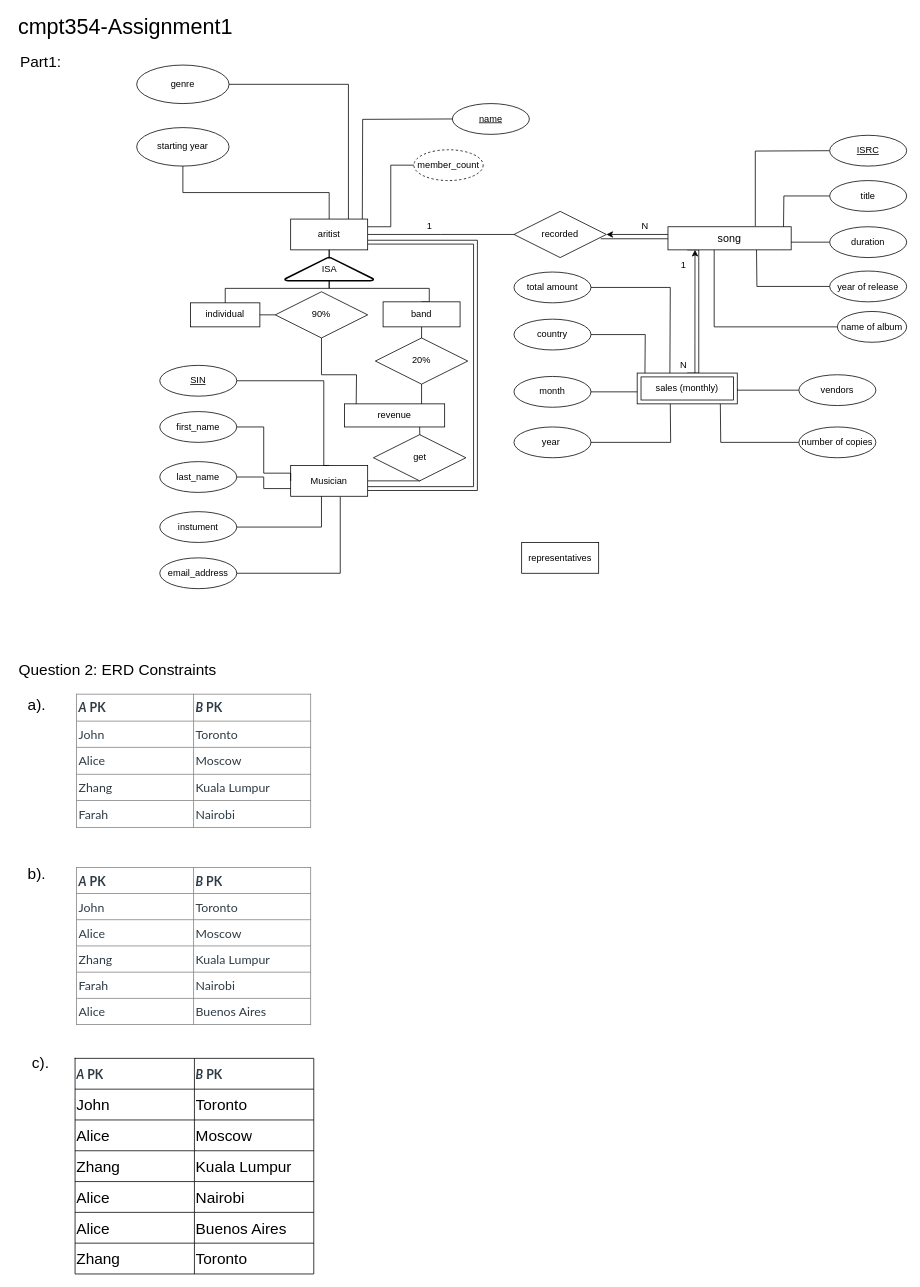
Before: cmpt354-A1.drawio in zzzyz7/drawio-storage, a draw.io diagram. Source tidied: cells renumbered, new cells numbered last; positions are measured from the earlier drawing's top-left corner, leaving out a move shared by most shapes. Both pictures are drawn from the tidied source at 77%, with x=0, y=0 at pixel (13, 18).
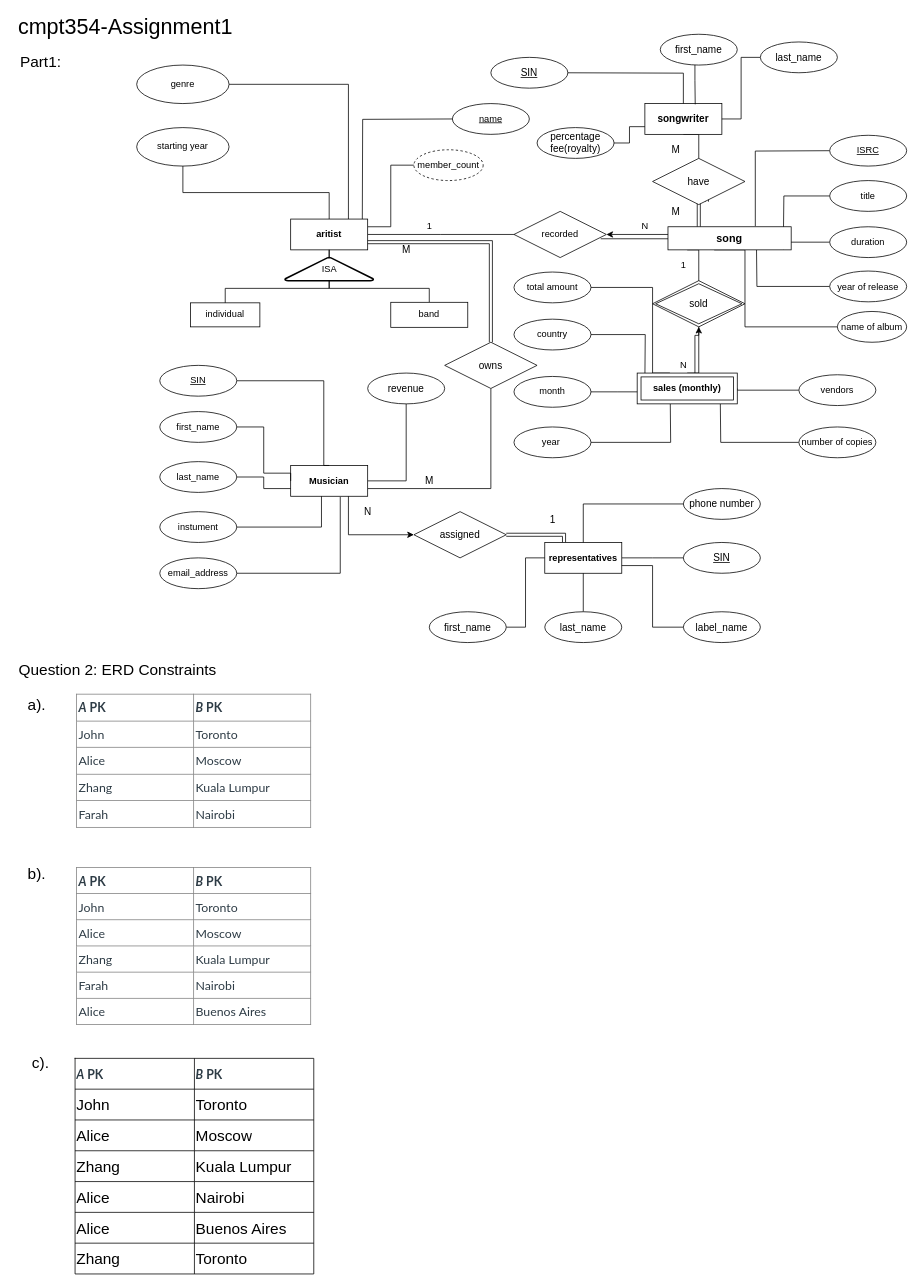
The same page after the edit.

The change refers to these unchanged cells:
```xml
<mxCell id="29" value="individual" style="whiteSpace=wrap;html=1;align=center;" parent="1" vertex="1">
  <mxGeometry x="230" y="368.8" width="90" height="31.2" as="geometry" />
</mxCell>
<mxCell id="51" value="name of album" style="ellipse;whiteSpace=wrap;html=1;align=center;" parent="1" vertex="1">
  <mxGeometry x="1070" y="380" width="90" height="40" as="geometry" />
</mxCell>
<mxCell id="66" value="total amount" style="ellipse;whiteSpace=wrap;html=1;align=center;fontSize=12;strokeWidth=1;" parent="1" vertex="1">
  <mxGeometry x="650" y="328.8" width="100" height="40" as="geometry" />
</mxCell>
```

What changed in the source:
```diff
@@
-    <mxCell id="8" style="edgeStyle=orthogonalEdgeStyle;rounded=0;jettySize=auto;html=1;exitX=1;exitY=0.75;exitDx=0;exitDy=0;entryX=1;entryY=0.75;entryDx=0;entryDy=0;startArrow=none;startFill=0;endArrow=none;endFill=0;shape=link;width=5;" parent="1" edge="1" source="10" target="14">
-      <mxGeometry relative="1" as="geometry">
-        <Array as="points">
-          <mxPoint x="600" y="290" />
-          <mxPoint x="600" y="610" />
-        </Array>
-      </mxGeometry>
-    </mxCell>
@@
-    <mxCell id="10" value="aritist" style="whiteSpace=wrap;html=1;align=center;" parent="1" vertex="1">
+    <mxCell id="10" value="&lt;b&gt;aritist&lt;/b&gt;" style="whiteSpace=wrap;html=1;align=center;" parent="1" vertex="1">
       <mxGeometry x="360" y="260" width="100" height="40" as="geometry" />
     </mxCell>
@@
-    <mxCell id="13" style="edgeStyle=orthogonalEdgeStyle;rounded=0;jettySize=auto;html=1;entryX=0.75;entryY=1;entryDx=0;entryDy=0;startArrow=none;startFill=0;endArrow=none;endFill=0;" parent="1" edge="1" source="14" target="35">
+    <mxCell id="13" style="edgeStyle=orthogonalEdgeStyle;rounded=0;jettySize=auto;html=1;entryX=0.5;entryY=1;entryDx=0;entryDy=0;startArrow=none;startFill=0;endArrow=none;endFill=0;" parent="1" edge="1" source="14" target="35">
       <mxGeometry relative="1" as="geometry">
         <Array as="points">
-          <mxPoint x="528" y="600" />
-          <mxPoint x="528" y="555" />
+          <mxPoint x="510" y="600" />
         </Array>
       </mxGeometry>
     </mxCell>
+    <mxCell id="105" style="edgeStyle=orthogonalEdgeStyle;rounded=0;jettySize=auto;html=1;exitX=1;exitY=0.75;exitDx=0;exitDy=0;entryX=0.5;entryY=1;entryDx=0;entryDy=0;fontSize=13;startArrow=none;startFill=0;endArrow=none;endFill=0;" parent="1" edge="1" source="14" target="131">
+      <mxGeometry relative="1" as="geometry" />
+    </mxCell>
-    <mxCell id="14" value="Musician" style="whiteSpace=wrap;html=1;align=center;" parent="1" vertex="1">
+    <mxCell id="14" value="&lt;b&gt;Musician&lt;/b&gt;" style="whiteSpace=wrap;html=1;align=center;" parent="1" vertex="1">
       <mxGeometry x="360" y="580" width="100" height="40" as="geometry" />
     </mxCell>
@@
-    <mxCell id="28" style="edgeStyle=orthogonalEdgeStyle;rounded=0;jettySize=auto;html=1;startArrow=none;startFill=0;endArrow=none;endFill=0;" parent="1" edge="1" source="37">
-      <mxGeometry relative="1" as="geometry">
-        <mxPoint x="445" y="510" as="targetPoint" />
-      </mxGeometry>
-    </mxCell>
@@
     <mxCell id="30" style="edgeStyle=orthogonalEdgeStyle;rounded=0;jettySize=auto;html=1;exitX=0.5;exitY=0;exitDx=0;exitDy=0;startArrow=none;startFill=0;endArrow=none;endFill=0;" parent="1" edge="1" source="32">
       <mxGeometry relative="1" as="geometry">
         <mxPoint x="410" y="300" as="targetPoint" />
         <Array as="points">
-          <mxPoint x="540" y="368" />
           <mxPoint x="540" y="350" />
           <mxPoint x="410" y="350" />
         </Array>
       </mxGeometry>
     </mxCell>
-    <mxCell id="31" style="edgeStyle=orthogonalEdgeStyle;rounded=0;jettySize=auto;html=1;entryX=0.832;entryY=0.033;entryDx=0;entryDy=0;entryPerimeter=0;startArrow=none;startFill=0;endArrow=none;endFill=0;" parent="1" edge="1" source="32" target="35">
-      <mxGeometry relative="1" as="geometry">
-        <Array as="points">
-          <mxPoint x="530" y="501" />
-        </Array>
-      </mxGeometry>
-    </mxCell>
     <mxCell id="32" value="band" style="whiteSpace=wrap;html=1;align=center;" parent="1" vertex="1">
-      <mxGeometry x="480" y="367.5" width="100" height="32.5" as="geometry" />
+      <mxGeometry x="490" y="368.1" width="100" height="32.5" as="geometry" />
     </mxCell>
@@
-    <mxCell id="35" value="revenue" style="whiteSpace=wrap;html=1;align=center;" parent="1" vertex="1">
-      <mxGeometry x="430" y="500" width="130" height="30" as="geometry" />
-    </mxCell>
@@
-    <mxCell id="37" value="90%" style="shape=rhombus;perimeter=rhombusPerimeter;whiteSpace=wrap;html=1;align=center;" parent="1" vertex="1">
-      <mxGeometry x="340" y="354.4" width="120" height="60" as="geometry" />
-    </mxCell>
-    <mxCell id="38" style="edgeStyle=orthogonalEdgeStyle;rounded=0;jettySize=auto;html=1;startArrow=none;startFill=0;endArrow=none;endFill=0;" parent="1" edge="1" source="29" target="37">
-      <mxGeometry relative="1" as="geometry" />
-    </mxCell>
-    <mxCell id="39" value="20%" style="shape=rhombus;perimeter=rhombusPerimeter;whiteSpace=wrap;html=1;align=center;" parent="1" vertex="1">
-      <mxGeometry x="470" y="414.4" width="120" height="60" as="geometry" />
-    </mxCell>
-    <mxCell id="40" value="get" style="shape=rhombus;perimeter=rhombusPerimeter;whiteSpace=wrap;html=1;align=center;" parent="1" vertex="1">
-      <mxGeometry x="467.5" y="540" width="120" height="60" as="geometry" />
-    </mxCell>
@@
     <mxCell id="50" style="edgeStyle=orthogonalEdgeStyle;rounded=0;jettySize=auto;html=1;startArrow=none;startFill=0;endArrow=none;endFill=0;" parent="1" edge="1" source="51">
       <mxGeometry relative="1" as="geometry">
         <mxPoint x="910" y="300" as="targetPoint" />
         <Array as="points">
-          <mxPoint x="910" y="400" />
+          <mxPoint x="950" y="400" />
+          <mxPoint x="950" y="300" />
         </Array>
       </mxGeometry>
     </mxCell>
@@
-    <mxCell id="52" style="edgeStyle=orthogonalEdgeStyle;rounded=0;orthogonalLoop=1;jettySize=auto;html=1;entryX=0.179;entryY=1;entryDx=0;entryDy=0;entryPerimeter=0;startArrow=none;startFill=0;endArrow=classic;endFill=1;" parent="1" edge="1">
+    <mxCell id="52" style="edgeStyle=orthogonalEdgeStyle;rounded=0;jettySize=auto;html=1;startArrow=none;startFill=0;endArrow=classic;endFill=1;" parent="1" edge="1" target="133">
       <mxGeometry relative="1" as="geometry">
         <mxPoint x="885" y="460" as="sourcePoint" />
-        <mxPoint x="885.1" y="300" as="targetPoint" />
         <Array as="points">
-          <mxPoint x="885" y="420" />
-          <mxPoint x="885" y="420" />
+          <mxPoint x="885" y="411" />
+          <mxPoint x="890" y="411" />
         </Array>
       </mxGeometry>
     </mxCell>
@@
     <mxCell id="65" style="edgeStyle=orthogonalEdgeStyle;rounded=0;jettySize=auto;html=1;entryX=0.25;entryY=0;entryDx=0;entryDy=0;fontSize=12;startArrow=none;startFill=0;endArrow=none;endFill=0;" parent="1" edge="1" source="66">
       <mxGeometry relative="1" as="geometry">
         <mxPoint x="852.5" y="460" as="targetPoint" />
+        <Array as="points">
+          <mxPoint x="830" y="349" />
+          <mxPoint x="830" y="460" />
+        </Array>
       </mxGeometry>
     </mxCell>
@@
+    <mxCell id="106" style="edgeStyle=orthogonalEdgeStyle;rounded=0;jettySize=auto;html=1;exitX=1;exitY=0.5;exitDx=0;exitDy=0;entryX=0;entryY=0.5;entryDx=0;entryDy=0;fontSize=13;startArrow=none;startFill=0;endArrow=none;endFill=0;" parent="1" edge="1" source="67">
+      <mxGeometry relative="1" as="geometry">
+        <mxPoint x="870" y="700" as="targetPoint" />
+      </mxGeometry>
+    </mxCell>
+    <mxCell id="107" style="edgeStyle=orthogonalEdgeStyle;rounded=0;jettySize=auto;html=1;entryX=0.75;entryY=1;entryDx=0;entryDy=0;fontSize=13;startArrow=classic;startFill=1;endArrow=none;endFill=0;exitX=0;exitY=0.5;exitDx=0;exitDy=0;" parent="1" edge="1" source="119" target="14">
+      <mxGeometry relative="1" as="geometry">
+        <Array as="points">
+          <mxPoint x="435" y="670" />
+        </Array>
+      </mxGeometry>
+    </mxCell>
+    <mxCell id="108" style="edgeStyle=orthogonalEdgeStyle;rounded=0;jettySize=auto;html=1;exitX=0.25;exitY=0;exitDx=0;exitDy=0;entryX=1;entryY=0.5;entryDx=0;entryDy=0;fontSize=13;startArrow=none;startFill=0;endArrow=none;endFill=0;shape=link;" parent="1" edge="1" source="67" target="119">
+      <mxGeometry relative="1" as="geometry">
+        <Array as="points">
+          <mxPoint x="715" y="670" />
+        </Array>
+      </mxGeometry>
+    </mxCell>
-    <mxCell id="67" value="representatives" style="whiteSpace=wrap;html=1;align=center;fontSize=12;strokeWidth=1;" parent="1" vertex="1">
-      <mxGeometry x="660" y="680" width="100" height="40" as="geometry" />
+    <mxCell id="67" value="&lt;b&gt;representatives&lt;/b&gt;" style="whiteSpace=wrap;html=1;align=center;fontSize=12;strokeWidth=1;" parent="1" vertex="1">
+      <mxGeometry x="690" y="680" width="100" height="40" as="geometry" />
     </mxCell>
@@
-    <mxCell id="71" value="sales (monthly)" style="shape=ext;margin=3;double=1;whiteSpace=wrap;html=1;align=center;" parent="1" vertex="1">
+    <mxCell id="71" value="&lt;b&gt;sales (monthly)&lt;/b&gt;" style="shape=ext;margin=3;double=1;whiteSpace=wrap;html=1;align=center;" parent="1" vertex="1">
       <mxGeometry x="810" y="460" width="130" height="40" as="geometry" />
     </mxCell>
@@
+    <mxCell id="109" style="edgeStyle=orthogonalEdgeStyle;rounded=0;jettySize=auto;html=1;exitX=0.25;exitY=0;exitDx=0;exitDy=0;entryX=0.588;entryY=0.937;entryDx=0;entryDy=0;entryPerimeter=0;fontSize=13;startArrow=none;startFill=0;endArrow=none;endFill=0;shape=link;" parent="1" edge="1" source="80" target="132">
+      <mxGeometry relative="1" as="geometry">
+        <Array as="points">
+          <mxPoint x="890" y="226" />
+        </Array>
+      </mxGeometry>
+    </mxCell>
-    <mxCell id="80" value="song" style="whiteSpace=wrap;html=1;align=center;fontSize=14;" parent="1" vertex="1">
+    <mxCell id="80" value="&lt;b&gt;song&lt;/b&gt;" style="whiteSpace=wrap;html=1;align=center;fontSize=14;" parent="1" vertex="1">
       <mxGeometry x="850" y="270" width="160" height="30" as="geometry" />
     </mxCell>
@@
+    <mxCell id="110" style="edgeStyle=orthogonalEdgeStyle;rounded=0;jettySize=auto;html=1;exitX=0;exitY=0.5;exitDx=0;exitDy=0;fontSize=13;startArrow=none;startFill=0;endArrow=none;endFill=0;entryX=1;entryY=0.75;entryDx=0;entryDy=0;" parent="1" edge="1" source="111" target="67">
+      <mxGeometry relative="1" as="geometry" />
+    </mxCell>
+    <mxCell id="111" value="label_name" style="ellipse;whiteSpace=wrap;html=1;align=center;fontSize=13;" parent="1" vertex="1">
+      <mxGeometry x="870" y="770" width="100" height="40" as="geometry" />
+    </mxCell>
+    <mxCell id="112" style="edgeStyle=orthogonalEdgeStyle;rounded=0;jettySize=auto;html=1;entryX=0;entryY=0.5;entryDx=0;entryDy=0;fontSize=13;startArrow=none;startFill=0;endArrow=none;endFill=0;" parent="1" edge="1" source="113" target="67">
+      <mxGeometry relative="1" as="geometry" />
+    </mxCell>
+    <mxCell id="113" value="first_name" style="ellipse;whiteSpace=wrap;html=1;align=center;fontSize=13;" parent="1" vertex="1">
+      <mxGeometry x="540" y="770" width="100" height="40" as="geometry" />
+    </mxCell>
+    <mxCell id="114" style="edgeStyle=orthogonalEdgeStyle;rounded=0;jettySize=auto;html=1;exitX=0.5;exitY=0;exitDx=0;exitDy=0;entryX=0.5;entryY=1;entryDx=0;entryDy=0;fontSize=13;startArrow=none;startFill=0;endArrow=none;endFill=0;" parent="1" edge="1" source="115" target="67">
+      <mxGeometry relative="1" as="geometry" />
+    </mxCell>
+    <mxCell id="115" value="last_name" style="ellipse;whiteSpace=wrap;html=1;align=center;fontSize=13;" parent="1" vertex="1">
+      <mxGeometry x="690" y="770" width="100" height="40" as="geometry" />
+    </mxCell>
+    <mxCell id="116" value="SIN" style="ellipse;whiteSpace=wrap;html=1;align=center;fontStyle=4;fontSize=13;" parent="1" vertex="1">
+      <mxGeometry x="870" y="680" width="100" height="40" as="geometry" />
+    </mxCell>
+    <mxCell id="117" style="edgeStyle=orthogonalEdgeStyle;rounded=0;jettySize=auto;html=1;entryX=0.5;entryY=0;entryDx=0;entryDy=0;fontSize=13;startArrow=none;startFill=0;endArrow=none;endFill=0;" parent="1" edge="1" source="118" target="67">
+      <mxGeometry relative="1" as="geometry" />
+    </mxCell>
+    <mxCell id="118" value="phone number" style="ellipse;whiteSpace=wrap;html=1;align=center;fontSize=13;" parent="1" vertex="1">
+      <mxGeometry x="870" y="610" width="100" height="40" as="geometry" />
+    </mxCell>
+    <mxCell id="119" value="assigned" style="shape=rhombus;perimeter=rhombusPerimeter;whiteSpace=wrap;html=1;align=center;fontSize=13;" parent="1" vertex="1">
+      <mxGeometry x="520" y="640" width="120" height="60" as="geometry" />
+    </mxCell>
+    <mxCell id="120" style="edgeStyle=orthogonalEdgeStyle;rounded=0;jettySize=auto;html=1;exitX=0.5;exitY=1;exitDx=0;exitDy=0;entryX=0.5;entryY=0;entryDx=0;entryDy=0;fontSize=13;startArrow=none;startFill=0;endArrow=none;endFill=0;" parent="1" edge="1" source="121" target="132">
+      <mxGeometry relative="1" as="geometry" />
+    </mxCell>
+    <mxCell id="121" value="&lt;b&gt;songwriter&lt;/b&gt;" style="whiteSpace=wrap;html=1;align=center;fontSize=13;" parent="1" vertex="1">
+      <mxGeometry x="820" y="110" width="100" height="40" as="geometry" />
+    </mxCell>
+    <mxCell id="122" style="edgeStyle=orthogonalEdgeStyle;rounded=0;jettySize=auto;html=1;entryX=1;entryY=0.5;entryDx=0;entryDy=0;fontSize=13;startArrow=none;startFill=0;endArrow=none;endFill=0;" parent="1" edge="1" source="123" target="121">
+      <mxGeometry relative="1" as="geometry" />
+    </mxCell>
+    <mxCell id="123" value="last_name" style="ellipse;whiteSpace=wrap;html=1;align=center;fontSize=13;" parent="1" vertex="1">
+      <mxGeometry x="970" y="30" width="100" height="40" as="geometry" />
+    </mxCell>
+    <mxCell id="124" style="edgeStyle=orthogonalEdgeStyle;rounded=0;jettySize=auto;html=1;entryX=0.654;entryY=0.025;entryDx=0;entryDy=0;entryPerimeter=0;fontSize=13;startArrow=none;startFill=0;endArrow=none;endFill=0;" parent="1" edge="1" source="125" target="121">
+      <mxGeometry relative="1" as="geometry">
+        <Array as="points">
+          <mxPoint x="885" y="80" />
+          <mxPoint x="885" y="80" />
+        </Array>
+      </mxGeometry>
+    </mxCell>
+    <mxCell id="125" value="first_name" style="ellipse;whiteSpace=wrap;html=1;align=center;fontSize=13;" parent="1" vertex="1">
+      <mxGeometry x="840" y="20" width="100" height="40" as="geometry" />
+    </mxCell>
+    <mxCell id="126" style="edgeStyle=orthogonalEdgeStyle;rounded=0;jettySize=auto;html=1;exitX=0.5;exitY=1;exitDx=0;exitDy=0;fontSize=13;startArrow=none;startFill=0;endArrow=none;endFill=0;" parent="1" edge="1" target="121">
+      <mxGeometry relative="1" as="geometry">
+        <mxPoint x="710" y="70" as="sourcePoint" />
+      </mxGeometry>
+    </mxCell>
+    <mxCell id="127" style="edgeStyle=orthogonalEdgeStyle;rounded=0;jettySize=auto;html=1;entryX=0;entryY=0.75;entryDx=0;entryDy=0;fontSize=13;startArrow=none;startFill=0;endArrow=none;endFill=0;" parent="1" edge="1" source="128" target="121">
+      <mxGeometry relative="1" as="geometry">
+        <Array as="points">
+          <mxPoint x="800" y="161" />
+          <mxPoint x="800" y="140" />
+        </Array>
+      </mxGeometry>
+    </mxCell>
+    <mxCell id="128" value="percentage fee(royalty)" style="ellipse;whiteSpace=wrap;html=1;align=center;fontSize=13;" parent="1" vertex="1">
+      <mxGeometry x="680" y="141.2" width="100" height="40" as="geometry" />
+    </mxCell>
+    <mxCell id="129" value="SIN" style="ellipse;whiteSpace=wrap;html=1;align=center;fontStyle=4;fontSize=13;" parent="1" vertex="1">
+      <mxGeometry x="620" y="50" width="100" height="40" as="geometry" />
+    </mxCell>
+    <mxCell id="130" style="edgeStyle=orthogonalEdgeStyle;rounded=0;jettySize=auto;html=1;exitX=0.5;exitY=0;exitDx=0;exitDy=0;entryX=1;entryY=0.75;entryDx=0;entryDy=0;fontSize=13;startArrow=none;startFill=0;endArrow=none;endFill=0;shape=link;" parent="1" edge="1" source="131" target="10">
+      <mxGeometry relative="1" as="geometry" />
+    </mxCell>
+    <mxCell id="131" value="owns" style="shape=rhombus;perimeter=rhombusPerimeter;whiteSpace=wrap;html=1;align=center;fontSize=13;" parent="1" vertex="1">
+      <mxGeometry x="560" y="420" width="120" height="60" as="geometry" />
+    </mxCell>
+    <mxCell id="132" value="have" style="shape=rhombus;perimeter=rhombusPerimeter;whiteSpace=wrap;html=1;align=center;fontSize=13;" parent="1" vertex="1">
+      <mxGeometry x="830" y="181.2" width="120" height="60" as="geometry" />
+    </mxCell>
+    <mxCell id="35" value="revenue" style="ellipse;whiteSpace=wrap;html=1;align=center;fontSize=13;" parent="1" vertex="1">
+      <mxGeometry x="460" y="460" width="100" height="40" as="geometry" />
+    </mxCell>
+    <mxCell id="133" value="sold" style="shape=rhombus;double=1;perimeter=rhombusPerimeter;whiteSpace=wrap;html=1;align=center;fontSize=13;" parent="1" vertex="1">
+      <mxGeometry x="830" y="340" width="120" height="60" as="geometry" />
+    </mxCell>
+    <mxCell id="134" value="M" style="text;html=1;align=center;verticalAlign=middle;strokeColor=none;fontSize=13;" parent="1" vertex="1">
+      <mxGeometry x="495" y="290" width="30" height="20" as="geometry" />
+    </mxCell>
+    <mxCell id="135" value="M" style="text;html=1;align=center;verticalAlign=middle;strokeColor=none;fontSize=13;" parent="1" vertex="1">
+      <mxGeometry x="525" y="590" width="30" height="20" as="geometry" />
+    </mxCell>
+    <mxCell id="136" value="N" style="text;html=1;align=center;verticalAlign=middle;strokeColor=none;fontSize=13;" parent="1" vertex="1">
+      <mxGeometry x="445" y="630" width="30" height="20" as="geometry" />
+    </mxCell>
+    <mxCell id="137" value="1" style="text;html=1;align=center;verticalAlign=middle;strokeColor=none;fontSize=13;" parent="1" vertex="1">
+      <mxGeometry x="690" y="640" width="20" height="20" as="geometry" />
+    </mxCell>
+    <mxCell id="138" value="M" style="text;html=1;align=center;verticalAlign=middle;strokeColor=none;fontSize=13;" parent="1" vertex="1">
+      <mxGeometry x="845" y="160" width="30" height="20" as="geometry" />
+    </mxCell>
+    <mxCell id="139" value="M" style="text;html=1;align=center;verticalAlign=middle;strokeColor=none;fontSize=13;" parent="1" vertex="1">
+      <mxGeometry x="845" y="240" width="30" height="20" as="geometry" />
+    </mxCell>
```
